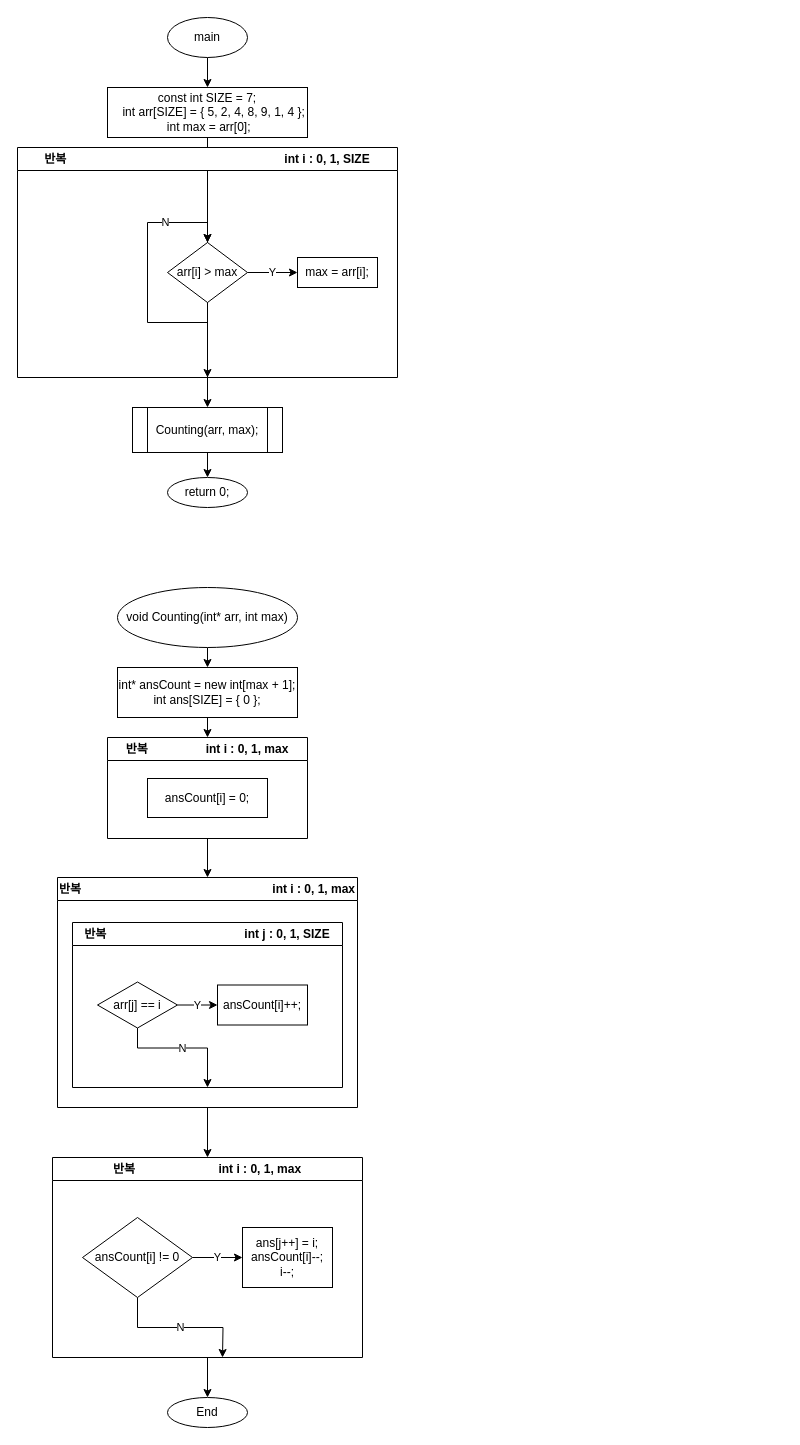
Above: Project4/20230706_도수정렬.drawio in kangminjii/Project4 (draw.io), before the change. Source tidied: cells renumbered, new cells numbered last; positions are measured from the earlier drawing's top-left corner, leaving out a move shared by most shapes. Both pictures are drawn from the tidied source at 100%, with x=0, y=0 at pixel (17, 17).
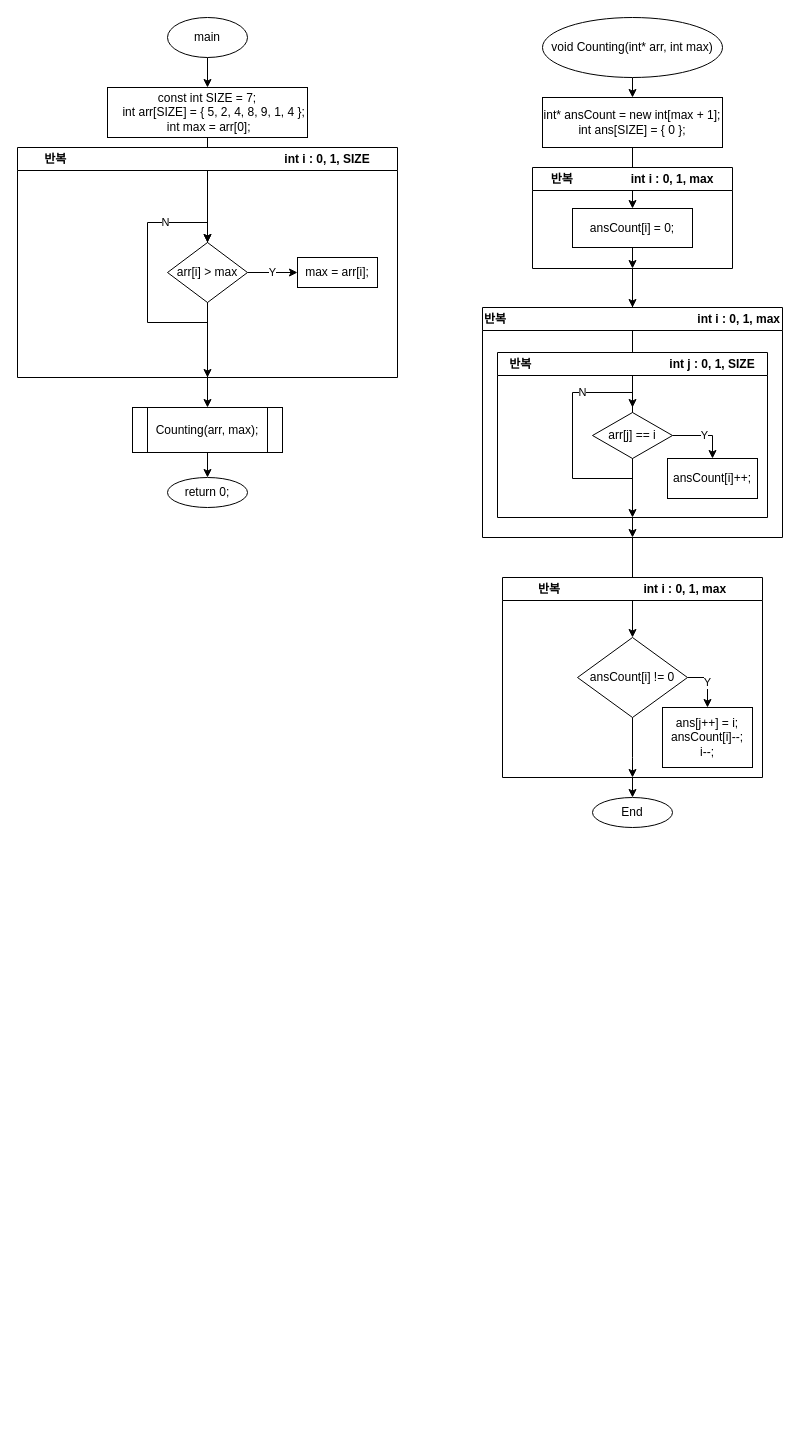
The same diagram, later.

Commit message (it also covers changes not shown here):
20230706_도수정렬.drawio 업데이트

Unchanged cells that the change refers to:
```xml
<mxCell id="22" value="ansCount[i] = 0;" style="rounded=0;whiteSpace=wrap;html=1;" parent="21" vertex="1">
  <mxGeometry x="40" y="41" width="120" height="39" as="geometry" />
</mxCell>
<mxCell id="25" value="반복&amp;nbsp;&lt;span style=&quot;white-space: pre;&quot;&gt;&#9;&lt;/span&gt;&lt;span style=&quot;white-space: pre;&quot;&gt;&#9;&lt;span style=&quot;white-space: pre;&quot;&gt;&#9;&lt;/span&gt;&lt;span style=&quot;white-space: pre;&quot;&gt;&#9;&lt;/span&gt;&lt;/span&gt;&lt;span style=&quot;white-space: pre;&quot;&gt;&#9;&lt;/span&gt;int j : 0, 1, SIZE" style="swimlane;whiteSpace=wrap;html=1;" parent="24" vertex="1">
  <mxGeometry x="15" y="45" width="270" height="165" as="geometry" />
</mxCell>
```

The edit, as a diff of the source:
```diff
@@
     <mxCell id="17" value="void Counting(int* arr, int max)" style="ellipse;whiteSpace=wrap;html=1;" parent="1" vertex="1">
-      <mxGeometry x="100" y="570" width="180" height="60" as="geometry" />
+      <mxGeometry x="525" width="180" height="60" as="geometry" />
     </mxCell>
-    <mxCell id="18" style="edgeStyle=orthogonalEdgeStyle;rounded=0;jettySize=auto;html=1;exitX=0.5;exitY=1;exitDx=0;exitDy=0;entryX=0.5;entryY=0;entryDx=0;entryDy=0;" parent="1" edge="1" source="19" target="21">
+    <mxCell id="18" style="edgeStyle=orthogonalEdgeStyle;rounded=0;jettySize=auto;html=1;exitX=0.5;exitY=1;exitDx=0;exitDy=0;" parent="1" edge="1" source="19" target="22">
       <mxGeometry relative="1" as="geometry" />
     </mxCell>
     <mxCell id="19" value="int* ansCount = new int[max + 1];&lt;br&gt;int ans[SIZE] = { 0 };" style="rounded=0;whiteSpace=wrap;html=1;" parent="1" vertex="1">
-      <mxGeometry x="100" y="650" width="180" height="50" as="geometry" />
+      <mxGeometry x="525" y="80" width="180" height="50" as="geometry" />
     </mxCell>
@@
     <mxCell id="21" value="반복&lt;span style=&quot;white-space: pre;&quot;&gt;&#9;&lt;/span&gt;&lt;span style=&quot;white-space: pre;&quot;&gt;&#9;&lt;/span&gt;&lt;span style=&quot;white-space: pre;&quot;&gt;&#9;&lt;/span&gt;int i : 0, 1, max" style="swimlane;whiteSpace=wrap;html=1;" parent="1" vertex="1">
-      <mxGeometry x="90" y="720" width="200" height="101" as="geometry" />
+      <mxGeometry x="515" y="150" width="200" height="101" as="geometry" />
     </mxCell>
+    <mxCell id="37" style="edgeStyle=orthogonalEdgeStyle;rounded=0;jettySize=auto;html=1;exitX=0.5;exitY=1;exitDx=0;exitDy=0;entryX=0.5;entryY=1;entryDx=0;entryDy=0;" parent="21" edge="1" source="22" target="21">
+      <mxGeometry relative="1" as="geometry" />
+    </mxCell>
@@
-    <mxCell id="23" style="edgeStyle=orthogonalEdgeStyle;rounded=0;jettySize=auto;html=1;exitX=0.5;exitY=1;exitDx=0;exitDy=0;entryX=0.5;entryY=0;entryDx=0;entryDy=0;" parent="1" edge="1" source="24" target="31">
+    <mxCell id="23" style="edgeStyle=orthogonalEdgeStyle;rounded=0;jettySize=auto;html=1;exitX=0.5;exitY=1;exitDx=0;exitDy=0;" parent="1" edge="1" source="24" target="34">
       <mxGeometry relative="1" as="geometry" />
     </mxCell>
+    <mxCell id="38" style="edgeStyle=orthogonalEdgeStyle;rounded=0;jettySize=auto;html=1;exitX=0.5;exitY=0;exitDx=0;exitDy=0;" parent="1" edge="1" source="24">
+      <mxGeometry relative="1" as="geometry">
+        <mxPoint x="615" y="390" as="targetPoint" />
+      </mxGeometry>
+    </mxCell>
     <mxCell id="24" value="반복&lt;span style=&quot;white-space: pre;&quot;&gt;&#9;&lt;/span&gt;&lt;span style=&quot;white-space: pre;&quot;&gt;&#9;&lt;/span&gt;&lt;span style=&quot;white-space: pre;&quot;&gt;&#9;&lt;/span&gt;&lt;span style=&quot;white-space: pre;&quot;&gt;&#9;&lt;/span&gt;&lt;span style=&quot;white-space: pre;&quot;&gt;&#9;&lt;/span&gt;&lt;span style=&quot;white-space: pre;&quot;&gt;&#9;&lt;/span&gt;&lt;span style=&quot;white-space: pre;&quot;&gt;&#9;&lt;/span&gt;&lt;span style=&quot;white-space: pre;&quot;&gt;&#9;&lt;/span&gt;int i : 0, 1, max" style="swimlane;whiteSpace=wrap;html=1;" parent="1" vertex="1">
-      <mxGeometry x="40" y="860" width="300" height="230" as="geometry" />
+      <mxGeometry x="465" y="290" width="300" height="230" as="geometry" />
     </mxCell>
+    <mxCell id="39" style="edgeStyle=orthogonalEdgeStyle;rounded=0;jettySize=auto;html=1;exitX=0.5;exitY=1;exitDx=0;exitDy=0;entryX=0.5;entryY=1;entryDx=0;entryDy=0;" parent="24" edge="1" source="25" target="24">
+      <mxGeometry relative="1" as="geometry" />
+    </mxCell>
@@
+    <mxCell id="27" value="N" style="edgeStyle=orthogonalEdgeStyle;rounded=0;jettySize=auto;html=1;exitX=0.5;exitY=1;exitDx=0;exitDy=0;entryX=0.5;entryY=1;entryDx=0;entryDy=0;" parent="25" edge="1" source="28" target="25">
+      <mxGeometry relative="1" as="geometry" />
+    </mxCell>
-    <mxCell id="26" value="Y" style="edgeStyle=orthogonalEdgeStyle;rounded=0;jettySize=auto;html=1;exitX=1;exitY=0.5;exitDx=0;exitDy=0;entryX=0;entryY=0.5;entryDx=0;entryDy=0;" parent="25" edge="1" source="28" target="29">
+    <mxCell id="26" value="Y" style="edgeStyle=orthogonalEdgeStyle;rounded=0;jettySize=auto;html=1;exitX=1;exitY=0.5;exitDx=0;exitDy=0;entryX=0.5;entryY=0;entryDx=0;entryDy=0;" parent="25" edge="1" source="28" target="29">
       <mxGeometry relative="1" as="geometry" />
     </mxCell>
-    <mxCell id="27" value="N" style="edgeStyle=orthogonalEdgeStyle;rounded=0;jettySize=auto;html=1;exitX=0.5;exitY=1;exitDx=0;exitDy=0;entryX=0.5;entryY=1;entryDx=0;entryDy=0;" parent="25" edge="1" source="28" target="25">
-      <mxGeometry relative="1" as="geometry" />
-    </mxCell>
     <mxCell id="28" value="arr[j] == i" style="rhombus;whiteSpace=wrap;html=1;" parent="25" vertex="1">
-      <mxGeometry x="25" y="59.5" width="80" height="46" as="geometry" />
+      <mxGeometry x="95" y="60" width="80" height="46" as="geometry" />
     </mxCell>
     <mxCell id="29" value="ansCount[i]++;" style="rounded=0;whiteSpace=wrap;html=1;" parent="25" vertex="1">
-      <mxGeometry x="145" y="62.5" width="90" height="40" as="geometry" />
+      <mxGeometry x="170" y="106" width="90" height="40" as="geometry" />
     </mxCell>
@@
     <mxCell id="31" value="반복&#9;&lt;span style=&quot;border-color: var(--border-color);&quot;&gt;&lt;span style=&quot;white-space: pre;&quot;&gt;&amp;nbsp;&amp;nbsp;&amp;nbsp;&amp;nbsp;&lt;/span&gt;&lt;/span&gt;&lt;span style=&quot;border-color: var(--border-color);&quot;&gt;&lt;span style=&quot;white-space: pre;&quot;&gt;&amp;nbsp;&amp;nbsp;&amp;nbsp;&amp;nbsp;&lt;/span&gt;&lt;/span&gt;&lt;span style=&quot;border-color: var(--border-color);&quot;&gt;&lt;span style=&quot;white-space: pre;&quot;&gt;&amp;nbsp;&amp;nbsp;&amp;nbsp;&amp;nbsp;&lt;/span&gt;&lt;/span&gt;&lt;span style=&quot;border-color: var(--border-color);&quot;&gt;&lt;span style=&quot;white-space: pre;&quot;&gt;&amp;nbsp;&amp;nbsp;&amp;nbsp;&amp;nbsp;&lt;/span&gt;&lt;/span&gt;&lt;span style=&quot;border-color: var(--border-color);&quot;&gt;&lt;span style=&quot;white-space: pre;&quot;&gt;&amp;nbsp;&amp;nbsp;&amp;nbsp;&lt;/span&gt;&lt;/span&gt;&lt;span style=&quot;border-color: var(--border-color);&quot;&gt;&lt;span style=&quot;white-space: pre;&quot;&gt;&amp;nbsp;&lt;/span&gt;&lt;/span&gt;&lt;span style=&quot;border-color: var(--border-color);&quot;&gt;&lt;span style=&quot;white-space: pre;&quot;&gt;&amp;nbsp;&amp;nbsp;&amp;nbsp;&amp;nbsp;&lt;/span&gt;&lt;/span&gt;int i : 0, 1, max" style="swimlane;whiteSpace=wrap;html=1;" parent="1" vertex="1">
-      <mxGeometry x="35" y="1140" width="310" height="200" as="geometry" />
+      <mxGeometry x="485" y="560" width="260" height="200" as="geometry" />
     </mxCell>
-    <mxCell id="32" value="Y" style="edgeStyle=orthogonalEdgeStyle;rounded=0;jettySize=auto;html=1;exitX=1;exitY=0.5;exitDx=0;exitDy=0;entryX=0;entryY=0.5;entryDx=0;entryDy=0;" parent="31" edge="1" source="34" target="35">
+    <mxCell id="32" value="Y" style="edgeStyle=orthogonalEdgeStyle;rounded=0;jettySize=auto;html=1;exitX=1;exitY=0.5;exitDx=0;exitDy=0;entryX=0.5;entryY=0;entryDx=0;entryDy=0;" parent="31" edge="1" source="34" target="35">
       <mxGeometry relative="1" as="geometry" />
     </mxCell>
-    <mxCell id="33" value="N" style="edgeStyle=orthogonalEdgeStyle;rounded=0;jettySize=auto;html=1;exitX=0.5;exitY=1;exitDx=0;exitDy=0;" parent="31" edge="1" source="34">
-      <mxGeometry relative="1" as="geometry">
-        <mxPoint x="170" y="200" as="targetPoint" />
-      </mxGeometry>
-    </mxCell>
+    <mxCell id="40" style="edgeStyle=orthogonalEdgeStyle;rounded=0;jettySize=auto;html=1;exitX=0.5;exitY=1;exitDx=0;exitDy=0;entryX=0.5;entryY=1;entryDx=0;entryDy=0;" parent="31" edge="1" source="34" target="31">
+      <mxGeometry relative="1" as="geometry">
+        <Array as="points">
+          <mxPoint x="130" y="180" />
+          <mxPoint x="130" y="180" />
+        </Array>
+      </mxGeometry>
+    </mxCell>
     <mxCell id="34" value="ansCount[i] != 0" style="rhombus;whiteSpace=wrap;html=1;" parent="31" vertex="1">
-      <mxGeometry x="30" y="60" width="110" height="80" as="geometry" />
+      <mxGeometry x="75" y="60" width="110" height="80" as="geometry" />
     </mxCell>
     <mxCell id="35" value="ans[j++] = i;&lt;br&gt;ansCount[i]--;&lt;br&gt;i--;" style="rounded=0;whiteSpace=wrap;html=1;" parent="31" vertex="1">
-      <mxGeometry x="190" y="70" width="90" height="60" as="geometry" />
+      <mxGeometry x="160" y="130" width="90" height="60" as="geometry" />
     </mxCell>
     <mxCell id="36" value="End" style="ellipse;whiteSpace=wrap;html=1;" parent="1" vertex="1">
-      <mxGeometry x="150" y="1380" width="80" height="30" as="geometry" />
+      <mxGeometry x="575" y="780" width="80" height="30" as="geometry" />
     </mxCell>
```
